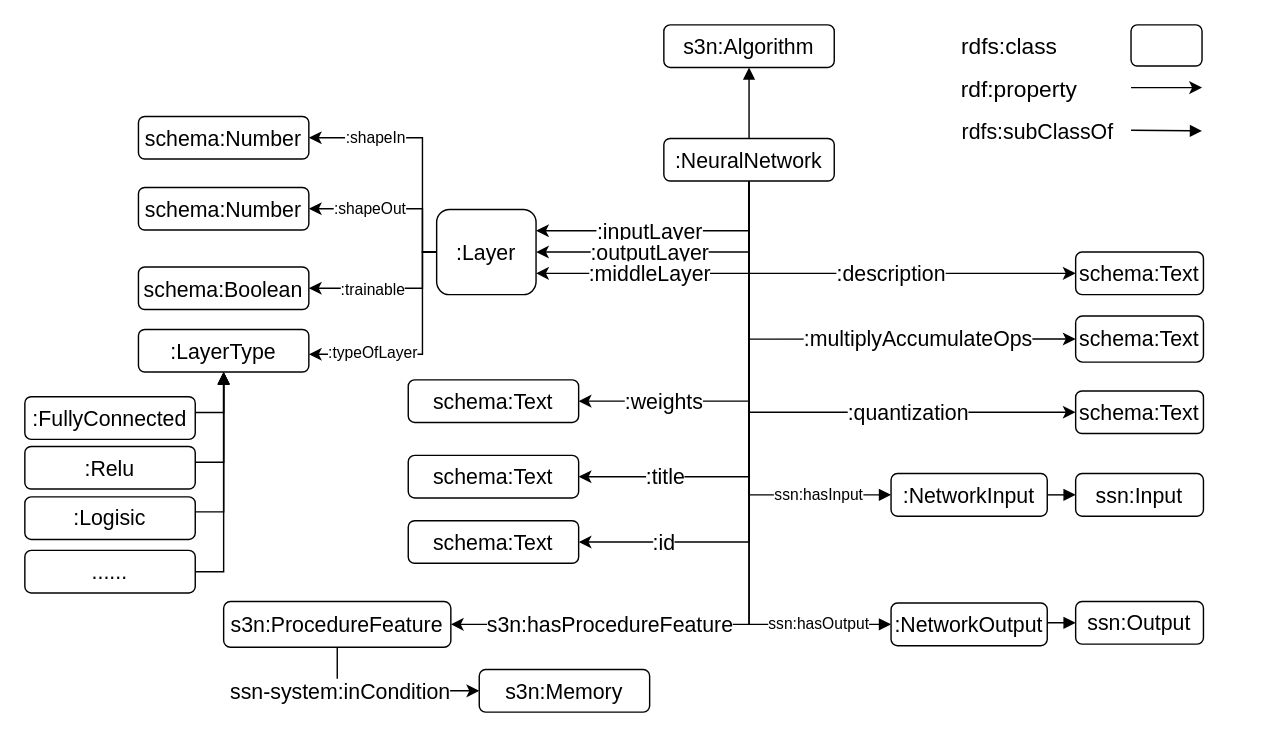
Earlier version of the draw.io diagram Untitled Diagram 1.drawio (Haoyu-R/appendix). Source tidied: cells renumbered, new cells numbered last; positions are measured from the earlier drawing's top-left corner, leaving out a move shared by most shapes. Both pictures are drawn from the tidied source at 142%, with x=0, y=0 at pixel (24, 24).
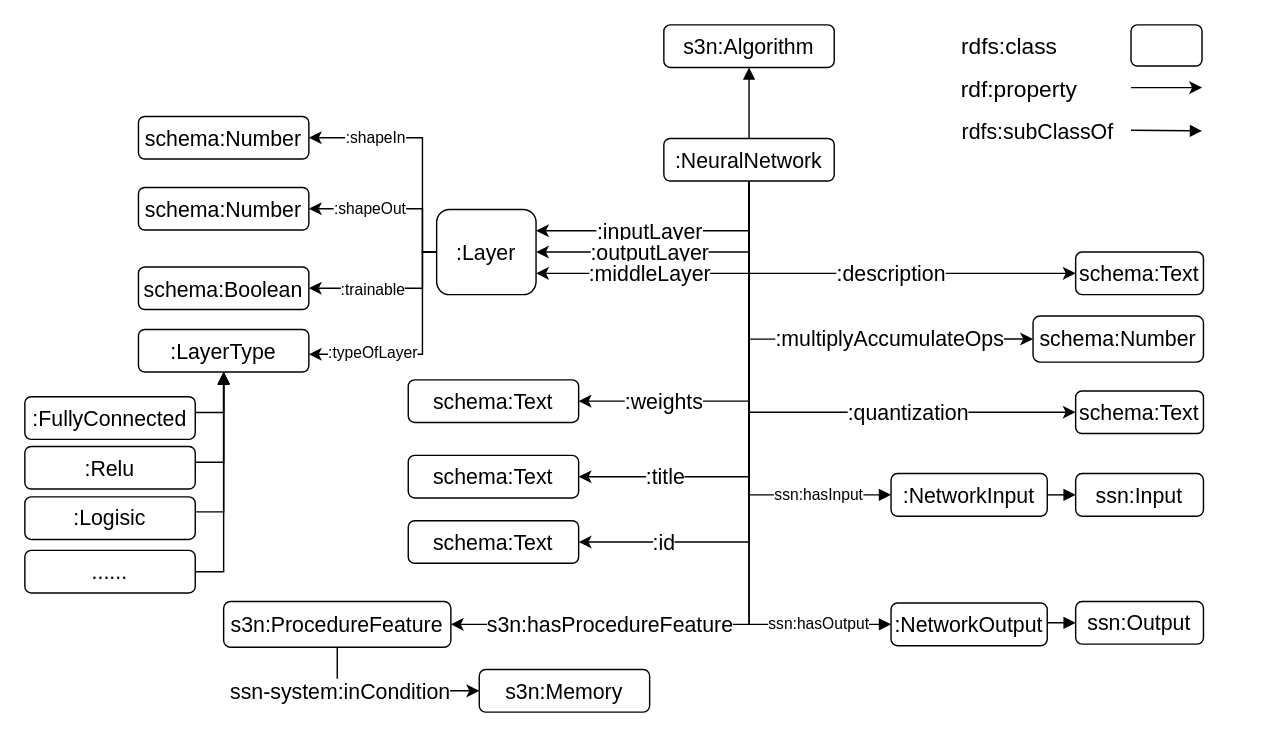
The same page after the edit.

Diff of the diagram source:
```diff
@@
-    <mxCell id="19" value="schema:Text" style="rounded=1;whiteSpace=wrap;html=1;fontSize=15;" parent="1" vertex="1">
-      <mxGeometry x="740" y="205" width="90" height="32.5" as="geometry" />
+    <mxCell id="19" value="schema:Number" style="rounded=1;whiteSpace=wrap;html=1;fontSize=15;" parent="1" vertex="1">
+      <mxGeometry x="710" y="205" width="120" height="32.5" as="geometry" />
     </mxCell>
```
